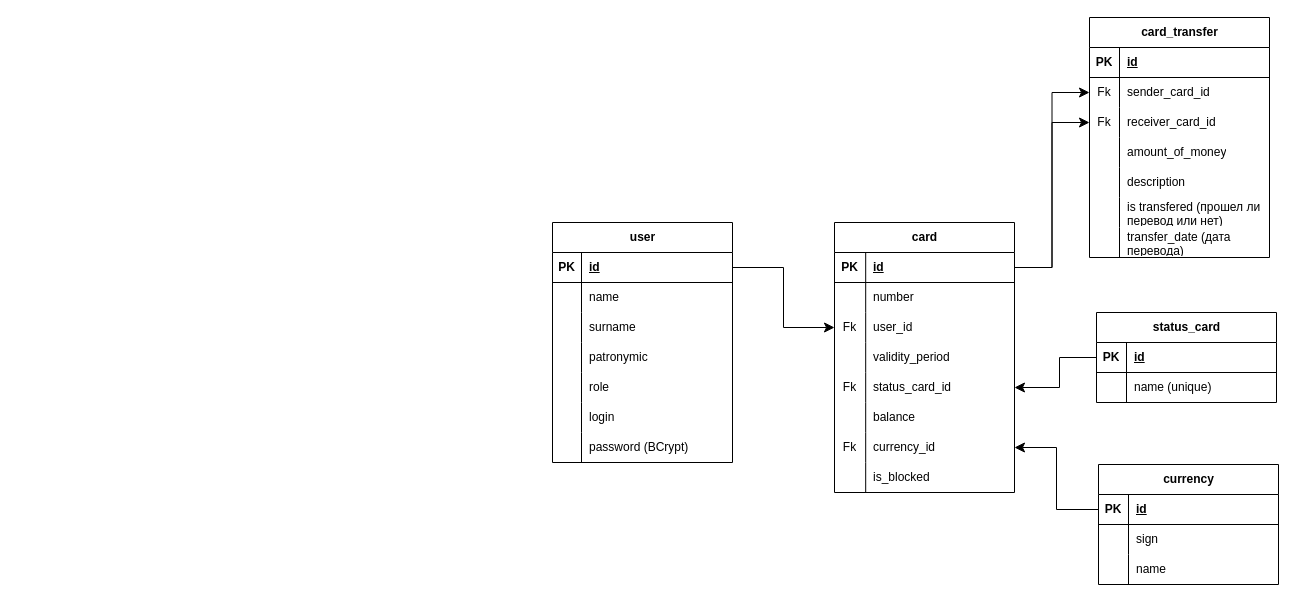
Before: docs/database/databaseDiagramms/diagramm.drawio in AbominablePutridity/CardApiService, a draw.io diagram. Source tidied: cells renumbered, new cells numbered last; positions are measured from the earlier drawing's top-left corner, leaving out a move shared by most shapes. Both pictures are drawn from the tidied source at 100%, with x=0, y=0 at pixel (552, 17).
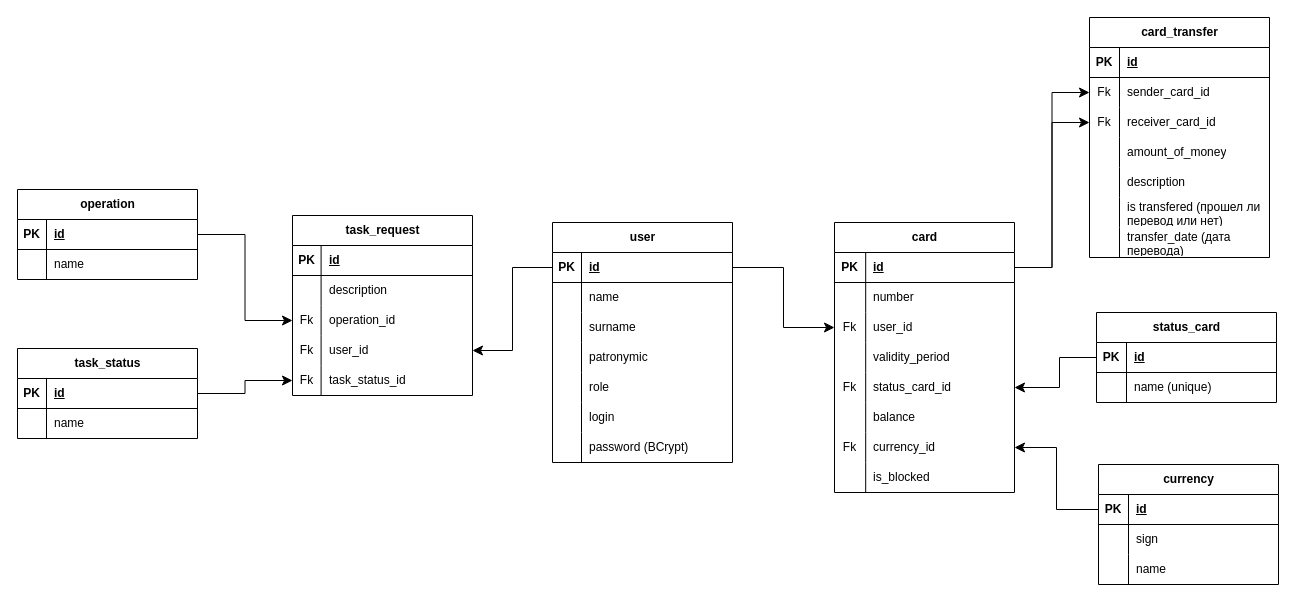
The same diagram, later.

Unchanged cells that the change refers to:
```xml
<mxCell id="3" style="shape=tableRow;horizontal=0;startSize=0;swimlaneHead=0;swimlaneBody=0;fillColor=none;points=[[0,0.5],[1,0.5]];portConstraint=eastwest;top=0;left=0;right=0;bottom=1;" parent="2" vertex="1">
  <mxGeometry y="30" width="180" height="30" as="geometry" />
</mxCell>
```

Change to the diagram source:
```diff
@@
+    <mxCell id="93" value="task_request" style="shape=table;startSize=30;childLayout=tableLayout;rowLines=0;fontStyle=1;align=center;html=1;" parent="1" vertex="1">
+      <mxGeometry x="-260" y="198" width="180" height="180" as="geometry" />
+    </mxCell>
+    <mxCell id="94" style="shape=tableRow;horizontal=0;startSize=0;swimlaneHead=0;swimlaneBody=0;fillColor=none;top=0;left=0;right=0;bottom=1;" parent="93" vertex="1">
+      <mxGeometry y="30" width="180" height="30" as="geometry" />
+    </mxCell>
+    <mxCell id="95" value="PK" style="shape=partialRectangle;fillColor=none;top=0;left=0;bottom=0;right=0;fontStyle=1;overflow=hidden;whiteSpace=wrap;html=1;" parent="94" vertex="1">
+      <mxGeometry width="28.6" height="30" as="geometry" />
+    </mxCell>
+    <mxCell id="96" value="id" style="shape=partialRectangle;fillColor=none;top=0;left=0;bottom=0;right=0;align=left;spacingLeft=6;fontStyle=5;overflow=hidden;whiteSpace=wrap;html=1;" parent="94" vertex="1">
+      <mxGeometry x="28.6" width="151.4" height="30" as="geometry" />
+    </mxCell>
+    <mxCell id="97" style="shape=tableRow;horizontal=0;startSize=0;swimlaneHead=0;swimlaneBody=0;fillColor=none;top=0;left=0;right=0;bottom=0;" parent="93" vertex="1">
+      <mxGeometry y="60" width="180" height="30" as="geometry" />
+    </mxCell>
+    <mxCell id="98" style="shape=partialRectangle;fillColor=none;top=0;left=0;bottom=0;right=0;overflow=hidden;whiteSpace=wrap;html=1;" parent="97" vertex="1">
+      <mxGeometry width="28.6" height="30" as="geometry" />
+    </mxCell>
+    <mxCell id="99" value="description" style="shape=partialRectangle;fillColor=none;top=0;left=0;bottom=0;right=0;align=left;spacingLeft=6;overflow=hidden;whiteSpace=wrap;html=1;" parent="97" vertex="1">
+      <mxGeometry x="28.6" width="151.4" height="30" as="geometry" />
+    </mxCell>
+    <mxCell id="100" style="shape=tableRow;horizontal=0;startSize=0;swimlaneHead=0;swimlaneBody=0;fillColor=none;points=[[0,0.5],[1,0.5]];portConstraint=eastwest;top=0;left=0;right=0;bottom=0;" parent="93" vertex="1">
+      <mxGeometry y="90" width="180" height="30" as="geometry" />
+    </mxCell>
+    <mxCell id="101" value="Fk" style="shape=partialRectangle;fillColor=none;top=0;left=0;bottom=0;right=0;overflow=hidden;whiteSpace=wrap;html=1;" parent="100" vertex="1">
+      <mxGeometry width="28.6" height="30" as="geometry" />
+    </mxCell>
+    <mxCell id="102" value="operation_id" style="shape=partialRectangle;fillColor=none;top=0;left=0;bottom=0;right=0;align=left;spacingLeft=6;overflow=hidden;whiteSpace=wrap;html=1;" parent="100" vertex="1">
+      <mxGeometry x="28.6" width="151.4" height="30" as="geometry" />
+    </mxCell>
+    <mxCell id="103" style="shape=tableRow;horizontal=0;startSize=0;swimlaneHead=0;swimlaneBody=0;fillColor=none;points=[[0,0.5],[1,0.5]];portConstraint=eastwest;top=0;left=0;right=0;bottom=0;" parent="93" vertex="1">
+      <mxGeometry y="120" width="180" height="30" as="geometry" />
+    </mxCell>
+    <mxCell id="104" value="Fk" style="shape=partialRectangle;fillColor=none;top=0;left=0;bottom=0;right=0;overflow=hidden;whiteSpace=wrap;html=1;" parent="103" vertex="1">
+      <mxGeometry width="28.6" height="30" as="geometry" />
+    </mxCell>
+    <mxCell id="105" value="user_id" style="shape=partialRectangle;fillColor=none;top=0;left=0;bottom=0;right=0;align=left;spacingLeft=6;overflow=hidden;whiteSpace=wrap;html=1;" parent="103" vertex="1">
+      <mxGeometry x="28.6" width="151.4" height="30" as="geometry" />
+    </mxCell>
+    <mxCell id="106" style="shape=tableRow;horizontal=0;startSize=0;swimlaneHead=0;swimlaneBody=0;fillColor=none;points=[[0,0.5],[1,0.5]];portConstraint=eastwest;top=0;left=0;right=0;bottom=0;" parent="93" vertex="1">
+      <mxGeometry y="150" width="180" height="30" as="geometry" />
+    </mxCell>
+    <mxCell id="107" value="Fk" style="shape=partialRectangle;fillColor=none;top=0;left=0;bottom=0;right=0;overflow=hidden;whiteSpace=wrap;html=1;" parent="106" vertex="1">
+      <mxGeometry width="28.6" height="30" as="geometry" />
+    </mxCell>
+    <mxCell id="108" value="task_status_id" style="shape=partialRectangle;fillColor=none;top=0;left=0;bottom=0;right=0;align=left;spacingLeft=6;overflow=hidden;whiteSpace=wrap;html=1;" parent="106" vertex="1">
+      <mxGeometry x="28.6" width="151.4" height="30" as="geometry" />
+    </mxCell>
+    <mxCell id="109" style="edgeStyle=orthogonalEdgeStyle;rounded=0;jettySize=auto;html=1;fontSize=12;startSize=8;endSize=8;entryX=1;entryY=0.5;entryDx=0;entryDy=0;" parent="1" edge="1" source="3" target="103">
+      <mxGeometry relative="1" as="geometry" />
+    </mxCell>
+    <mxCell id="110" value="task_status" style="shape=table;startSize=30;childLayout=tableLayout;rowLines=0;fontStyle=1;align=center;html=1;" parent="1" vertex="1">
+      <mxGeometry x="-535" y="331" width="180" height="90" as="geometry" />
+    </mxCell>
+    <mxCell id="111" style="shape=tableRow;horizontal=0;startSize=0;swimlaneHead=0;swimlaneBody=0;fillColor=none;points=[[0,0.5],[1,0.5]];portConstraint=eastwest;top=0;left=0;right=0;bottom=1;" parent="110" vertex="1">
+      <mxGeometry y="30" width="180" height="30" as="geometry" />
+    </mxCell>
+    <mxCell id="112" value="PK" style="shape=partialRectangle;fillColor=none;top=0;left=0;bottom=0;right=0;fontStyle=1;overflow=hidden;whiteSpace=wrap;html=1;" parent="111" vertex="1">
+      <mxGeometry width="29" height="30" as="geometry" />
+    </mxCell>
+    <mxCell id="113" value="id" style="shape=partialRectangle;fillColor=none;top=0;left=0;bottom=0;right=0;align=left;spacingLeft=6;fontStyle=5;overflow=hidden;whiteSpace=wrap;html=1;" parent="111" vertex="1">
+      <mxGeometry x="29" width="151" height="30" as="geometry" />
+    </mxCell>
+    <mxCell id="114" style="shape=tableRow;horizontal=0;startSize=0;swimlaneHead=0;swimlaneBody=0;fillColor=none;top=0;left=0;right=0;bottom=0;" parent="110" vertex="1">
+      <mxGeometry y="60" width="180" height="30" as="geometry" />
+    </mxCell>
+    <mxCell id="115" style="shape=partialRectangle;fillColor=none;top=0;left=0;bottom=0;right=0;overflow=hidden;whiteSpace=wrap;html=1;" parent="114" vertex="1">
+      <mxGeometry width="29" height="30" as="geometry" />
+    </mxCell>
+    <mxCell id="116" value="name" style="shape=partialRectangle;fillColor=none;top=0;left=0;bottom=0;right=0;align=left;spacingLeft=6;overflow=hidden;whiteSpace=wrap;html=1;" parent="114" vertex="1">
+      <mxGeometry x="29" width="151" height="30" as="geometry" />
+    </mxCell>
+    <mxCell id="117" style="edgeStyle=orthogonalEdgeStyle;rounded=0;jettySize=auto;html=1;fontSize=12;startSize=8;endSize=8;" parent="1" edge="1" source="111" target="106">
+      <mxGeometry relative="1" as="geometry" />
+    </mxCell>
+    <mxCell id="118" value="operation" style="shape=table;startSize=30;childLayout=tableLayout;rowLines=0;fontStyle=1;align=center;html=1;" parent="1" vertex="1">
+      <mxGeometry x="-535" y="172" width="180" height="90" as="geometry" />
+    </mxCell>
+    <mxCell id="119" style="shape=tableRow;horizontal=0;startSize=0;swimlaneHead=0;swimlaneBody=0;fillColor=none;points=[[0,0.5],[1,0.5]];portConstraint=eastwest;top=0;left=0;right=0;bottom=1;" parent="118" vertex="1">
+      <mxGeometry y="30" width="180" height="30" as="geometry" />
+    </mxCell>
+    <mxCell id="120" value="PK" style="shape=partialRectangle;fillColor=none;top=0;left=0;bottom=0;right=0;fontStyle=1;overflow=hidden;whiteSpace=wrap;html=1;" parent="119" vertex="1">
+      <mxGeometry width="29" height="30" as="geometry" />
+    </mxCell>
+    <mxCell id="121" value="id" style="shape=partialRectangle;fillColor=none;top=0;left=0;bottom=0;right=0;align=left;spacingLeft=6;fontStyle=5;overflow=hidden;whiteSpace=wrap;html=1;" parent="119" vertex="1">
+      <mxGeometry x="29" width="151" height="30" as="geometry" />
+    </mxCell>
+    <mxCell id="122" style="shape=tableRow;horizontal=0;startSize=0;swimlaneHead=0;swimlaneBody=0;fillColor=none;top=0;left=0;right=0;bottom=0;" parent="118" vertex="1">
+      <mxGeometry y="60" width="180" height="30" as="geometry" />
+    </mxCell>
+    <mxCell id="123" style="shape=partialRectangle;fillColor=none;top=0;left=0;bottom=0;right=0;overflow=hidden;whiteSpace=wrap;html=1;" parent="122" vertex="1">
+      <mxGeometry width="29" height="30" as="geometry" />
+    </mxCell>
+    <mxCell id="124" value="name" style="shape=partialRectangle;fillColor=none;top=0;left=0;bottom=0;right=0;align=left;spacingLeft=6;overflow=hidden;whiteSpace=wrap;html=1;" parent="122" vertex="1">
+      <mxGeometry x="29" width="151" height="30" as="geometry" />
+    </mxCell>
+    <mxCell id="125" style="edgeStyle=orthogonalEdgeStyle;rounded=0;jettySize=auto;html=1;fontSize=12;startSize=8;endSize=8;" parent="1" edge="1" source="119" target="100">
+      <mxGeometry relative="1" as="geometry" />
+    </mxCell>
```
